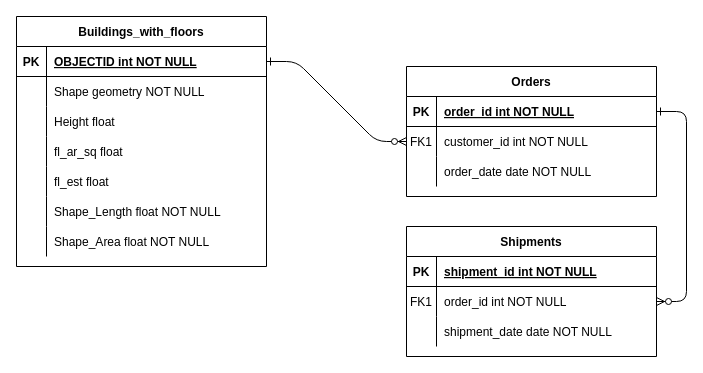
The draw.io diagram page "Page-1" (1 of 3) of Untitled Diagram.drawio in renaissanceplanning/LCBRT_TOD, before the edit. Source tidied: cells renumbered, new cells numbered last; positions are measured from the earlier drawing's top-left corner, leaving out a move shared by most shapes. Both pictures are drawn from the tidied source at 100%, with x=0, y=0 at pixel (16, 16).
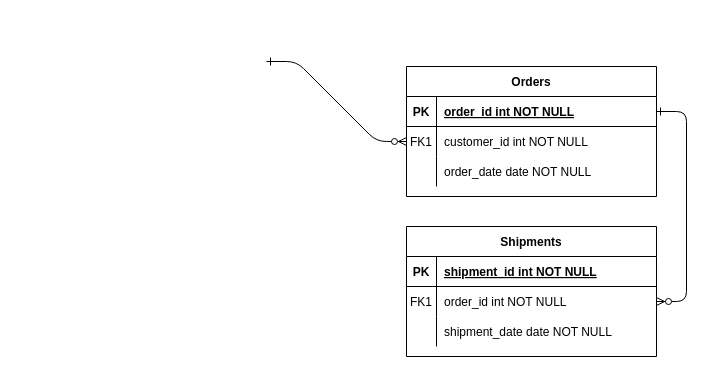
The same diagram, later.

The change refers to these unchanged cells:
```xml
<mxCell id="8" style="shape=partialRectangle;fillColor=none;points=[[0,0.5],[1,0.5]];portConstraint=eastwest;top=0;left=0;right=0;bottom=0;" parent="4" vertex="1">
  <mxGeometry y="60" width="250" height="30" as="geometry" />
</mxCell>
```

What changed in the source:
```diff
@@
-    <mxCell id="2" style="edgeStyle=entityRelationEdgeStyle;endArrow=ERzeroToMany;startArrow=ERone;endFill=1;startFill=0;" parent="1" edge="1" source="25" target="8">
-      <mxGeometry relative="1" as="geometry" />
+    <mxCell id="2" style="edgeStyle=entityRelationEdgeStyle;endArrow=ERzeroToMany;startArrow=ERone;endFill=1;startFill=0;" parent="1" edge="1" target="8">
+      <mxGeometry relative="1" as="geometry">
+        <mxPoint x="250" y="45" as="sourcePoint" />
+      </mxGeometry>
     </mxCell>
@@
-    <mxCell id="24" value="Buildings_with_floors" style="shape=table;startSize=30;childLayout=tableLayout;rowLines=0;fontStyle=1;align=center;" parent="1" vertex="1">
-      <mxGeometry width="250" height="250" as="geometry" />
-    </mxCell>
-    <mxCell id="25" style="shape=partialRectangle;fillColor=none;points=[[0,0.5],[1,0.5]];portConstraint=eastwest;top=0;left=0;right=0;bottom=1;" parent="24" vertex="1">
-      <mxGeometry y="30" width="250" height="30" as="geometry" />
-    </mxCell>
-    <mxCell id="26" value="PK" style="shape=partialRectangle;overflow=hidden;fillColor=none;top=0;left=0;bottom=0;right=0;fontStyle=1;" parent="25" vertex="1">
-      <mxGeometry width="30" height="30" as="geometry" />
-    </mxCell>
-    <mxCell id="27" value="OBJECTID int NOT NULL " style="shape=partialRectangle;overflow=hidden;fillColor=none;top=0;left=0;bottom=0;right=0;align=left;spacingLeft=6;fontStyle=5;" parent="25" vertex="1">
-      <mxGeometry x="30" width="220" height="30" as="geometry" />
-    </mxCell>
-    <mxCell id="28" style="shape=partialRectangle;fillColor=none;top=0;left=0;right=0;bottom=0;" parent="24" vertex="1">
-      <mxGeometry y="60" width="250" height="30" as="geometry" />
-    </mxCell>
-    <mxCell id="29" style="shape=partialRectangle;overflow=hidden;fillColor=none;top=0;left=0;bottom=0;right=0;" parent="28" vertex="1">
-      <mxGeometry width="30" height="30" as="geometry" />
-    </mxCell>
-    <mxCell id="30" value="Shape geometry NOT NULL" style="shape=partialRectangle;overflow=hidden;fillColor=none;top=0;left=0;bottom=0;right=0;align=left;spacingLeft=6;" parent="28" vertex="1">
-      <mxGeometry x="30" width="220" height="30" as="geometry" />
-    </mxCell>
-    <mxCell id="31" style="shape=partialRectangle;fillColor=none;top=0;left=0;right=0;bottom=0;" parent="24" vertex="1">
-      <mxGeometry y="90" width="250" height="30" as="geometry" />
-    </mxCell>
-    <mxCell id="32" style="shape=partialRectangle;overflow=hidden;fillColor=none;top=0;left=0;bottom=0;right=0;" parent="31" vertex="1">
-      <mxGeometry width="30" height="30" as="geometry" />
-    </mxCell>
-    <mxCell id="33" value="Height float" style="shape=partialRectangle;overflow=hidden;fillColor=none;top=0;left=0;bottom=0;right=0;align=left;spacingLeft=6;" parent="31" vertex="1">
-      <mxGeometry x="30" width="220" height="30" as="geometry" />
-    </mxCell>
-    <mxCell id="34" style="shape=partialRectangle;fillColor=none;top=0;left=0;right=0;bottom=0;" parent="24" vertex="1">
-      <mxGeometry y="120" width="250" height="30" as="geometry" />
-    </mxCell>
-    <mxCell id="35" style="shape=partialRectangle;overflow=hidden;fillColor=none;top=0;left=0;bottom=0;right=0;" parent="34" vertex="1">
-      <mxGeometry width="30" height="30" as="geometry" />
-    </mxCell>
-    <mxCell id="36" value="fl_ar_sq float" style="shape=partialRectangle;overflow=hidden;fillColor=none;top=0;left=0;bottom=0;right=0;align=left;spacingLeft=6;" parent="34" vertex="1">
-      <mxGeometry x="30" width="220" height="30" as="geometry" />
-    </mxCell>
-    <mxCell id="37" style="shape=partialRectangle;fillColor=none;top=0;left=0;right=0;bottom=0;" parent="24" vertex="1">
-      <mxGeometry y="150" width="250" height="30" as="geometry" />
-    </mxCell>
-    <mxCell id="38" style="shape=partialRectangle;overflow=hidden;fillColor=none;top=0;left=0;bottom=0;right=0;" parent="37" vertex="1">
-      <mxGeometry width="30" height="30" as="geometry" />
-    </mxCell>
-    <mxCell id="39" value="fl_est float" style="shape=partialRectangle;overflow=hidden;fillColor=none;top=0;left=0;bottom=0;right=0;align=left;spacingLeft=6;" parent="37" vertex="1">
-      <mxGeometry x="30" width="220" height="30" as="geometry" />
-    </mxCell>
-    <mxCell id="40" style="shape=partialRectangle;fillColor=none;top=0;left=0;right=0;bottom=0;" parent="24" vertex="1">
-      <mxGeometry y="180" width="250" height="30" as="geometry" />
-    </mxCell>
-    <mxCell id="41" style="shape=partialRectangle;overflow=hidden;fillColor=none;top=0;left=0;bottom=0;right=0;" parent="40" vertex="1">
-      <mxGeometry width="30" height="30" as="geometry" />
-    </mxCell>
-    <mxCell id="42" value="Shape_Length float NOT NULL" style="shape=partialRectangle;overflow=hidden;fillColor=none;top=0;left=0;bottom=0;right=0;align=left;spacingLeft=6;" parent="40" vertex="1">
-      <mxGeometry x="30" width="220" height="30" as="geometry" />
-    </mxCell>
-    <mxCell id="43" style="shape=partialRectangle;fillColor=none;top=0;left=0;right=0;bottom=0;" parent="24" vertex="1">
-      <mxGeometry y="210" width="250" height="30" as="geometry" />
-    </mxCell>
-    <mxCell id="44" style="shape=partialRectangle;overflow=hidden;fillColor=none;top=0;left=0;bottom=0;right=0;" parent="43" vertex="1">
-      <mxGeometry width="30" height="30" as="geometry" />
-    </mxCell>
-    <mxCell id="45" value="Shape_Area float NOT NULL" style="shape=partialRectangle;overflow=hidden;fillColor=none;top=0;left=0;bottom=0;right=0;align=left;spacingLeft=6;" parent="43" vertex="1">
-      <mxGeometry x="30" width="220" height="30" as="geometry" />
-    </mxCell>
```
